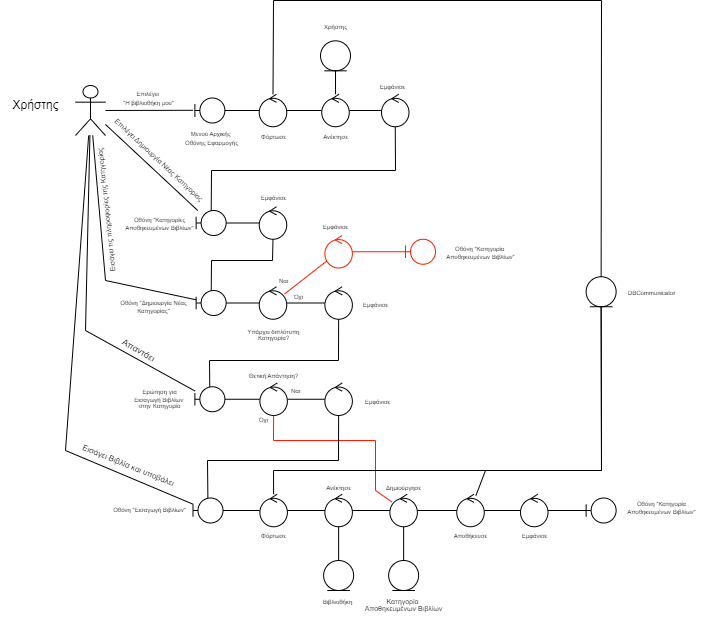
Above: 2nd Assignment/Robustness Diagrams/Robustness-Diagram-v0.1-Δημιουργία Νέας Κατηγορίας Αποθηκευμένων Βιβλίων.png in CallMeJasonYT/LibraVision (draw.io), before the change. Source tidied: cells renumbered, new cells last; positions are measured from the earlier drawing's top-left corner, leaving out a move shared by most shapes.
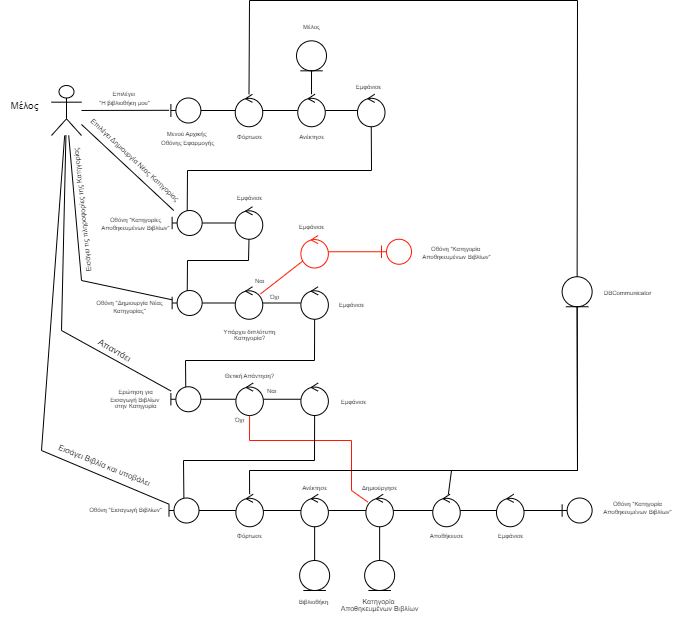
Above is the later version.

Commit message:
Robustness-Diagram-v0.1-Δημιουργία Νέας Κατηγορίας Αποθηκευμένων Βιβλίων

Change to the diagram source:
```diff
@@ -8,8 +8,8 @@
     <mxCell id="3" style="shape=umlBoundary;whiteSpace=wrap;html=1;fontSize=10;" parent="1" vertex="1">
       <mxGeometry x="194.4" y="97.5" width="30" height="25" as="geometry" />
     </mxCell>
-    <mxCell id="4" value="Χρήστης" style="text;html=1;align=center;verticalAlign=middle;strokeColor=none;fillColor=none;" parent="1" vertex="1">
-      <mxGeometry y="90" width="70" height="30" as="geometry" />
+    <mxCell id="4" value="&lt;span style=&quot;font-size: 10px;&quot;&gt;Μέλος&lt;/span&gt;" style="text;html=1;align=center;verticalAlign=middle;strokeColor=none;fillColor=none;" parent="1" vertex="1">
+      <mxGeometry x="23.1" y="90" width="50" height="30" as="geometry" />
     </mxCell>
     <mxCell id="5" value="&lt;span style=&quot;font-size: 6px;&quot;&gt;Επιλέγει&amp;nbsp;&lt;/span&gt;&lt;div style=&quot;line-height: 40%;&quot;&gt;&lt;span style=&quot;font-size: 6px;&quot;&gt;&quot;Η βιβλιοθήκη μου&quot;&lt;/span&gt;&lt;/div&gt;" style="text;html=1;align=center;verticalAlign=middle;strokeColor=none;fillColor=none;" parent="1" vertex="1">
       <mxGeometry x="112.5" y="80" width="70" height="30" as="geometry" />
@@ -231,8 +231,8 @@
     <mxCell id="68" value="&lt;span style=&quot;font-size: 6px;&quot;&gt;Ανέκτησε&lt;/span&gt;" style="text;html=1;align=center;verticalAlign=middle;strokeColor=none;fillColor=none;" parent="1" vertex="1">
       <mxGeometry x="310" y="120" width="50" height="30" as="geometry" />
     </mxCell>
-    <mxCell id="69" value="&lt;span style=&quot;font-size: 6px;&quot;&gt;Χρήστης&lt;/span&gt;" style="text;html=1;align=center;verticalAlign=middle;strokeColor=none;fillColor=none;" parent="1" vertex="1">
-      <mxGeometry x="310" y="10.3" width="50" height="30" as="geometry" />
+    <mxCell id="69" value="&lt;span style=&quot;font-size: 6px;&quot;&gt;Μέλος&lt;/span&gt;" style="text;html=1;align=center;verticalAlign=middle;strokeColor=none;fillColor=none;" parent="1" vertex="1">
+      <mxGeometry x="315" y="10.3" width="40" height="30" as="geometry" />
     </mxCell>
     <mxCell id="70" style="ellipse;shape=umlControl;whiteSpace=wrap;html=1;" parent="1" vertex="1">
       <mxGeometry x="324.4" y="493.8" width="27.5" height="32.5" as="geometry" />
@@ -329,7 +329,7 @@
     <mxCell id="94" style="endArrow=none;html=1;rounded=0;endFill=0;" parent="1" edge="1" source="47" target="90">
       <mxGeometry relative="1" as="geometry">
         <Array as="points">
-          <mxPoint x="485" y="470" />
+          <mxPoint x="475" y="470" />
           <mxPoint x="601" y="470" />
         </Array>
       </mxGeometry>
```
